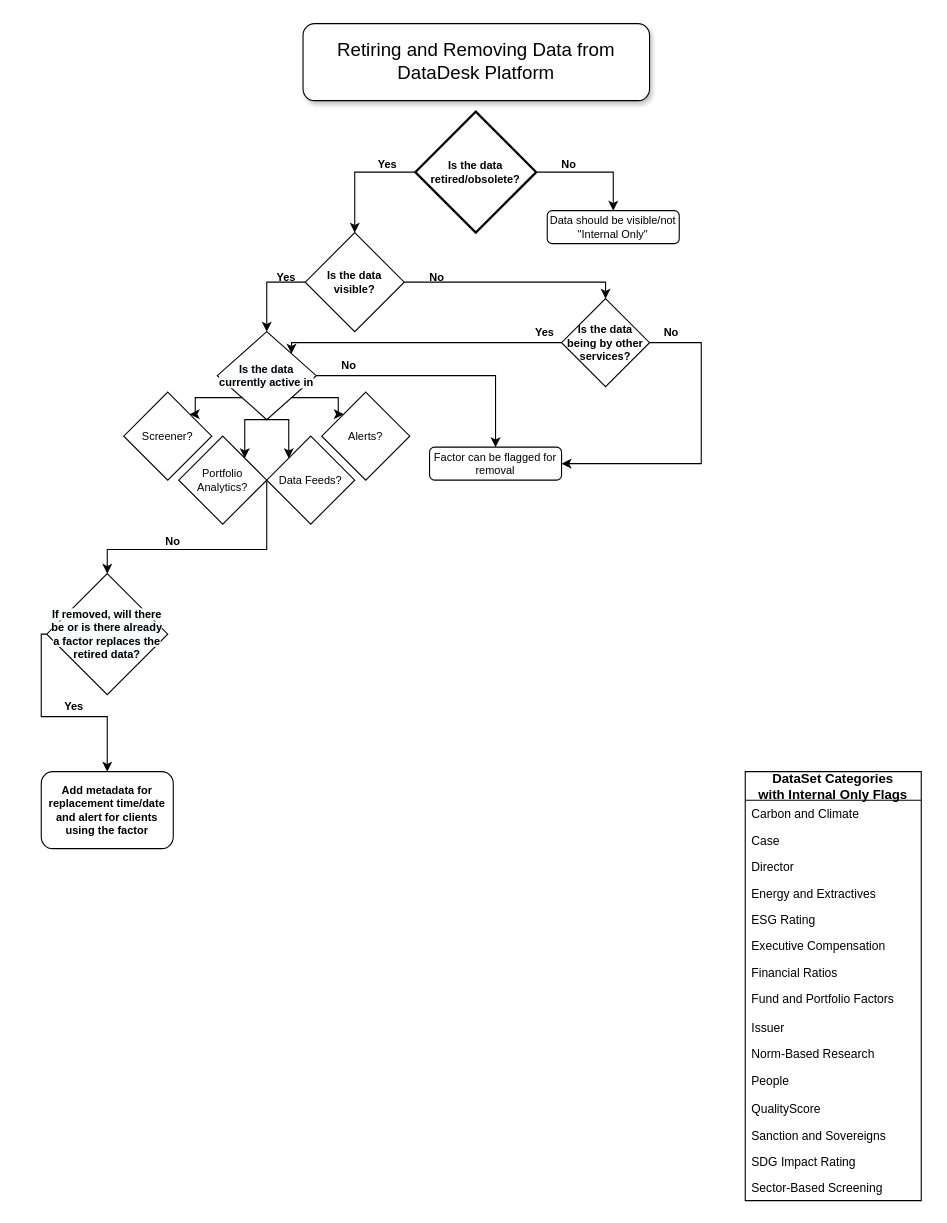
slingshotdancu/slingshotdancu.github.io keeps this draw.io diagram as DD_ObsoleteMetadata/obsoleteMetadata.drawio. Above is the earlier version. Source tidied: cells renumbered, new cells numbered last; positions are measured from the earlier drawing's top-left corner, leaving out a move shared by most shapes. Both pictures are drawn from the tidied source at 110%, with x=0, y=0 at pixel (41, 23).
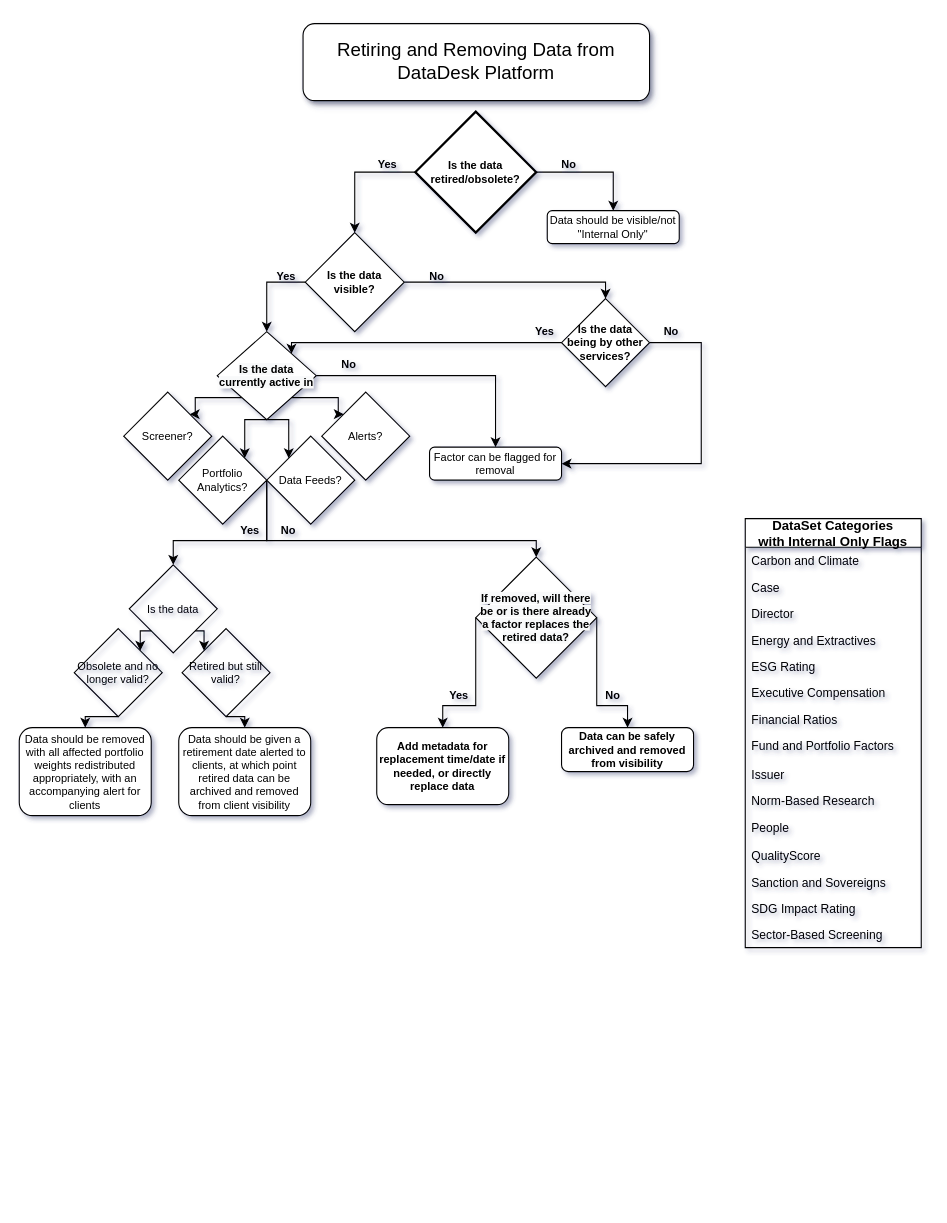
The same diagram, later.

The change refers to these unchanged cells:
```xml
<mxCell id="25" value="Portfolio Analytics?" style="rhombus;whiteSpace=wrap;html=1;fontSize=10;" parent="1" vertex="1">
  <mxGeometry x="125" y="375" width="80" height="80" as="geometry" />
</mxCell>
<mxCell id="26" value="Data Feeds?" style="rhombus;whiteSpace=wrap;html=1;fontSize=10;" parent="1" vertex="1">
  <mxGeometry x="205" y="375" width="80" height="80" as="geometry" />
</mxCell>
```

What changed in the source:
```diff
@@
-<mxGraphModel>
+<mxGraphModel shadow="1">
@@
-    <mxCell id="6" value="Add metadata for replacement time/date and alert for clients using the factor" style="rounded=1;whiteSpace=wrap;html=1;fontSize=10;verticalAlign=middle;fontStyle=1;" parent="1" vertex="1">
-      <mxGeometry y="680" width="120" height="70" as="geometry" />
+    <mxCell id="6" value="Add metadata for replacement time/date if needed, or directly replace data" style="rounded=1;whiteSpace=wrap;html=1;fontSize=10;verticalAlign=middle;fontStyle=1;" parent="1" vertex="1">
+      <mxGeometry x="305" y="640" width="120" height="70" as="geometry" />
     </mxCell>
@@
     <mxCell id="19" style="edgeStyle=orthogonalEdgeStyle;rounded=0;jettySize=auto;html=1;exitX=0;exitY=0.5;exitDx=0;exitDy=0;entryX=0.5;entryY=0;entryDx=0;entryDy=0;fontSize=10;" parent="1" edge="1" source="20" target="6">
       <mxGeometry relative="1" as="geometry">
         <Array as="points">
-          <mxPoint y="630" />
-          <mxPoint x="60" y="630" />
+          <mxPoint x="395" y="620" />
+          <mxPoint x="365" y="620" />
         </Array>
       </mxGeometry>
     </mxCell>
+    <mxCell id="53" style="edgeStyle=orthogonalEdgeStyle;rounded=0;jettySize=auto;html=1;exitX=1;exitY=0.5;exitDx=0;exitDy=0;entryX=0.5;entryY=0;entryDx=0;entryDy=0;" parent="1" edge="1" source="20" target="55">
+      <mxGeometry relative="1" as="geometry">
+        <Array as="points">
+          <mxPoint x="505" y="620" />
+          <mxPoint x="533" y="620" />
+        </Array>
+      </mxGeometry>
+    </mxCell>
     <mxCell id="20" value="&lt;span style=&quot;color: rgb(0 , 0 , 0) ; font-family: &amp;#34;helvetica&amp;#34; ; font-size: 10px ; font-style: normal ; font-weight: 700 ; letter-spacing: normal ; text-align: center ; text-indent: 0px ; text-transform: none ; word-spacing: 0px ; background-color: rgb(248 , 249 , 250) ; display: inline ; float: none&quot;&gt;If removed, will there be or is there already a factor replaces the retired data?&lt;/span&gt;" style="rhombus;whiteSpace=wrap;html=1;fontSize=10;verticalAlign=middle;" parent="1" vertex="1">
-      <mxGeometry x="5" y="500" width="110" height="110" as="geometry" />
+      <mxGeometry x="395" y="485" width="110" height="110" as="geometry" />
     </mxCell>
@@
     <mxCell id="23" value="Yes" style="text;html=1;strokeColor=none;fillColor=none;align=center;verticalAlign=middle;whiteSpace=wrap;rounded=0;fontSize=10;rotation=0;fontStyle=1;" parent="1" vertex="1">
-      <mxGeometry x="15" y="610" width="30" height="20" as="geometry" />
+      <mxGeometry x="365" y="600" width="30" height="20" as="geometry" />
     </mxCell>
     <mxCell id="24" style="edgeStyle=orthogonalEdgeStyle;rounded=0;jettySize=auto;html=1;exitX=1;exitY=0.5;exitDx=0;exitDy=0;entryX=0.5;entryY=0;entryDx=0;entryDy=0;" parent="1" edge="1" source="25" target="20">
       <mxGeometry relative="1" as="geometry">
         <Array as="points">
-          <mxPoint x="205" y="478" />
-          <mxPoint x="60" y="478" />
+          <mxPoint x="205" y="470" />
+          <mxPoint x="450" y="470" />
         </Array>
       </mxGeometry>
     </mxCell>
@@
+    <mxCell id="54" style="edgeStyle=orthogonalEdgeStyle;rounded=0;jettySize=auto;html=1;exitX=0;exitY=0.5;exitDx=0;exitDy=0;fontSize=10;entryX=0.5;entryY=0;entryDx=0;entryDy=0;" parent="1" edge="1" source="26" target="62">
+      <mxGeometry relative="1" as="geometry">
+        <Array as="points">
+          <mxPoint x="205" y="470" />
+          <mxPoint x="120" y="470" />
+          <mxPoint x="120" y="476" />
+        </Array>
+      </mxGeometry>
+    </mxCell>
@@
-    <mxCell id="30" value="DataSet Categories &#10;with Internal Only Flags" style="swimlane;fontStyle=1;horizontal=1;startSize=26;" parent="1" vertex="1">
-      <mxGeometry x="640" y="680" width="160" height="390" as="geometry" />
+    <mxCell id="30" value="DataSet Categories &#10;with Internal Only Flags" style="swimlane;fontStyle=1;horizontal=1;startSize=26;strokeWidth=1;" parent="1" vertex="1">
+      <mxGeometry x="640" y="450" width="160" height="390" as="geometry" />
     </mxCell>
-    <mxCell id="31" value="Carbon and Climate" style="text;strokeColor=none;fillColor=none;align=left;verticalAlign=top;spacingLeft=4;spacingRight=4;overflow=hidden;fontSize=11;" parent="30" vertex="1">
+    <mxCell id="31" value="Carbon and Climate" style="text;align=left;verticalAlign=top;spacingLeft=4;spacingRight=4;overflow=hidden;fontSize=11;" parent="30" vertex="1">
       <mxGeometry y="26" width="160" height="24" as="geometry" />
     </mxCell>
@@
     <mxCell id="52" value="No" style="text;html=1;strokeColor=none;fillColor=none;align=center;verticalAlign=middle;whiteSpace=wrap;rounded=0;fontSize=10;rotation=0;fontStyle=1;" parent="1" vertex="1">
-      <mxGeometry x="100" y="460" width="40" height="20" as="geometry" />
+      <mxGeometry x="205" y="450" width="40" height="20" as="geometry" />
     </mxCell>
+    <mxCell id="55" value="Data can be safely archived and removed from visibility" style="rounded=1;whiteSpace=wrap;html=1;strokeWidth=1;fontSize=10;fontStyle=1;" parent="1" vertex="1">
+      <mxGeometry x="473" y="640" width="120" height="40" as="geometry" />
+    </mxCell>
+    <mxCell id="56" value="No" style="text;html=1;strokeColor=none;fillColor=none;align=center;verticalAlign=middle;whiteSpace=wrap;rounded=0;fontSize=10;rotation=0;fontStyle=1;" parent="1" vertex="1">
+      <mxGeometry x="500" y="600" width="40" height="20" as="geometry" />
+    </mxCell>
+    <mxCell id="57" value="Data should be given a retirement date alerted to clients, at which point retired data can be archived and removed from client visibility" style="rounded=1;whiteSpace=wrap;html=1;fontSize=10;strokeWidth=1;" parent="1" vertex="1">
+      <mxGeometry x="125" y="640" width="120" height="80" as="geometry" />
+    </mxCell>
+    <mxCell id="58" value="Yes" style="text;html=1;strokeColor=none;fillColor=none;align=center;verticalAlign=middle;whiteSpace=wrap;rounded=0;fontSize=10;rotation=0;fontStyle=1;" parent="1" vertex="1">
+      <mxGeometry x="175" y="450" width="30" height="20" as="geometry" />
+    </mxCell>
+    <mxCell id="59" value="Data should be removed with all affected portfolio weights redistributed appropriately, with an accompanying alert for clients" style="rounded=1;whiteSpace=wrap;html=1;fontSize=10;strokeWidth=1;" parent="1" vertex="1">
+      <mxGeometry x="-20" y="640" width="120" height="80" as="geometry" />
+    </mxCell>
+    <mxCell id="60" style="edgeStyle=orthogonalEdgeStyle;rounded=0;jettySize=auto;html=1;exitX=0;exitY=1;exitDx=0;exitDy=0;entryX=1;entryY=0;entryDx=0;entryDy=0;fontSize=10;" parent="1" edge="1" source="62" target="64">
+      <mxGeometry relative="1" as="geometry" />
+    </mxCell>
+    <mxCell id="61" style="edgeStyle=orthogonalEdgeStyle;rounded=0;jettySize=auto;html=1;exitX=1;exitY=1;exitDx=0;exitDy=0;entryX=0;entryY=0;entryDx=0;entryDy=0;fontSize=10;" parent="1" edge="1" source="62" target="66">
+      <mxGeometry relative="1" as="geometry" />
+    </mxCell>
+    <mxCell id="62" value="Is the data" style="rhombus;whiteSpace=wrap;html=1;fontSize=10;strokeWidth=1;fillColor=none;" parent="1" vertex="1">
+      <mxGeometry x="80" y="492" width="80" height="80" as="geometry" />
+    </mxCell>
+    <mxCell id="63" style="edgeStyle=orthogonalEdgeStyle;rounded=0;jettySize=auto;html=1;exitX=0.5;exitY=1;exitDx=0;exitDy=0;entryX=0.5;entryY=0;entryDx=0;entryDy=0;fontSize=10;" parent="1" edge="1" source="64" target="59">
+      <mxGeometry relative="1" as="geometry" />
+    </mxCell>
+    <mxCell id="64" value="Obsolete and no longer valid?" style="rhombus;whiteSpace=wrap;html=1;fontSize=10;strokeWidth=1;fillColor=none;" parent="1" vertex="1">
+      <mxGeometry x="30" y="550" width="80" height="80" as="geometry" />
+    </mxCell>
+    <mxCell id="65" style="edgeStyle=orthogonalEdgeStyle;rounded=0;jettySize=auto;html=1;exitX=0.5;exitY=1;exitDx=0;exitDy=0;entryX=0.5;entryY=0;entryDx=0;entryDy=0;fontSize=10;" parent="1" edge="1" source="66" target="57">
+      <mxGeometry relative="1" as="geometry" />
+    </mxCell>
+    <mxCell id="66" value="Retired but still valid?" style="rhombus;whiteSpace=wrap;html=1;fontSize=10;strokeWidth=1;fillColor=none;" parent="1" vertex="1">
+      <mxGeometry x="128" y="550" width="80" height="80" as="geometry" />
+    </mxCell>
```
